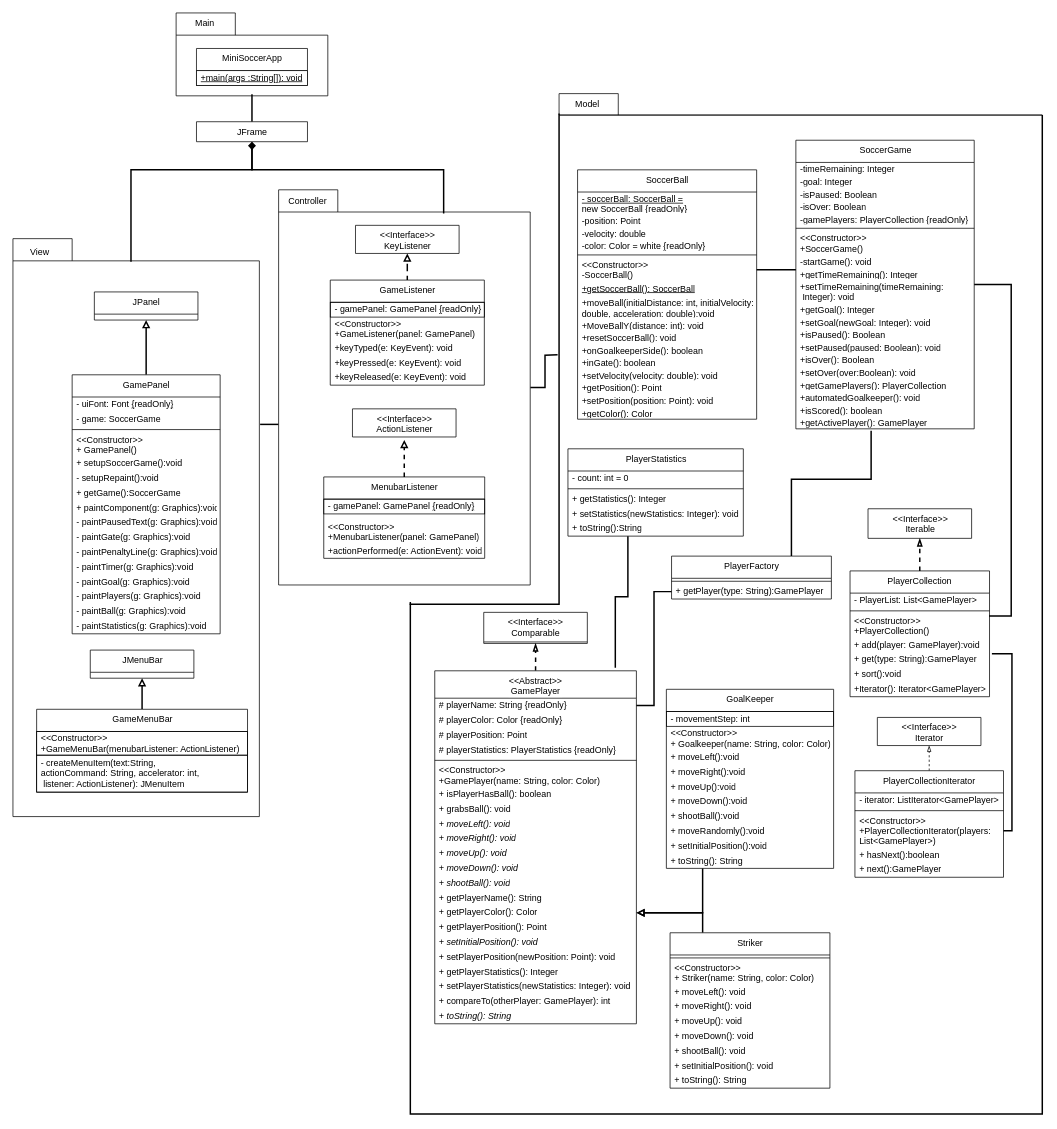
The draw.io diagram UMLClasses.drawio in orionnelson/football-game, before the edit. Source tidied: cells renumbered, new cells numbered last; positions are measured from the earlier drawing's top-left corner, leaving out a move shared by most shapes. Both pictures are drawn from the tidied source at 74%, with x=0, y=0 at pixel (13, 13).
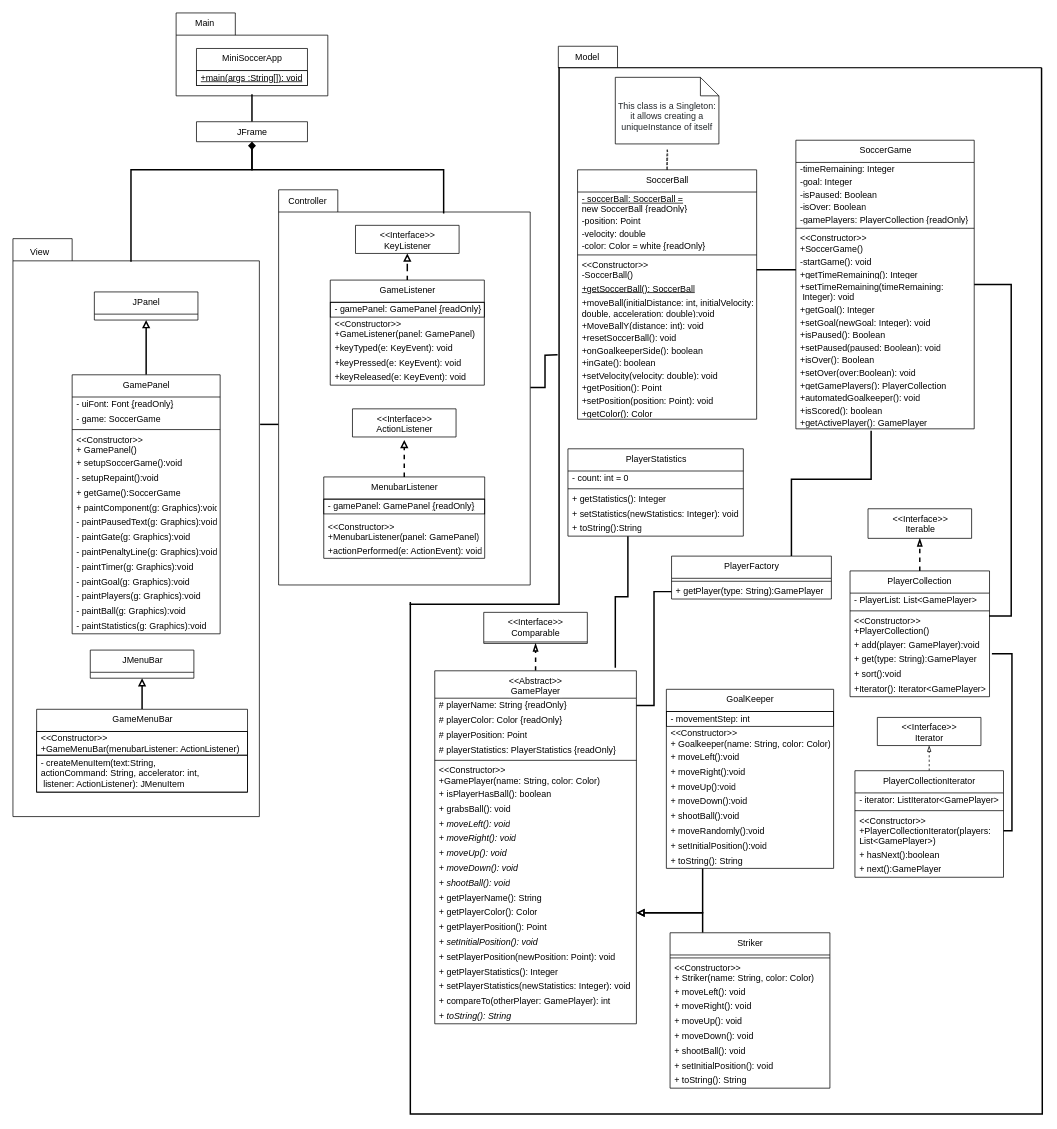
The same page after the edit.

Unchanged cells that the change refers to:
```xml
<mxCell id="56" value="SoccerBall" style="swimlane;fontStyle=0;align=center;verticalAlign=top;horizontal=1;startSize=30;html=1;fillColor=default;strokeColor=default;fontColor=default;" parent="1" vertex="1">
  <mxGeometry x="763" y="212" width="242" height="337" as="geometry" />
</mxCell>
```

Diff of the diagram source:
```diff
@@
     <mxCell id="3" style="shape=folder;fontStyle=1;tabWidth=80;tabHeight=30;tabPosition=left;html=1;boundedLbl=1;labelBackgroundColor=default;fontColor=default;strokeColor=default;fillColor=default;" parent="1" vertex="1">
-      <mxGeometry x="738" y="109" width="653" height="29" as="geometry" />
+      <mxGeometry x="737" y="45" width="653" height="29" as="geometry" />
     </mxCell>
@@
     <mxCell id="175" value="Model" style="text;html=1;align=center;verticalAlign=middle;strokeColor=none;fillColor=none;fontColor=default;" parent="1" vertex="1">
-      <mxGeometry x="754" y="114.5" width="43" height="18" as="geometry" />
+      <mxGeometry x="754" y="50.5" width="43" height="18" as="geometry" />
     </mxCell>
@@
+    <mxCell id="178" style="edgeStyle=none;curved=1;rounded=0;sketch=1;hachureGap=4;jettySize=auto;html=1;entryX=0.5;entryY=0;entryDx=0;entryDy=0;fontFamily=Architects Daughter;fontSize=16;endArrow=none;startSize=14;endSize=14;sourcePerimeterSpacing=8;targetPerimeterSpacing=8;endFill=0;dashed=1;" parent="1" edge="1" source="179" target="56">
+      <mxGeometry relative="1" as="geometry" />
+    </mxCell>
+    <mxCell id="179" value="&lt;span style=&quot;color: rgb(33 , 37 , 41) ; text-align: left ; background-color: rgb(255 , 255 , 255)&quot;&gt;&lt;font style=&quot;font-size: 12px&quot;&gt;This class is a Singleton: it allows creating a uniqueInstance of itself&lt;/font&gt;&lt;/span&gt;" style="shape=note2;boundedLbl=1;whiteSpace=wrap;html=1;size=25;verticalAlign=top;align=center;fontSize=12;" parent="1" vertex="1">
+      <mxGeometry x="814" y="87" width="140" height="90" as="geometry" />
+    </mxCell>
```
